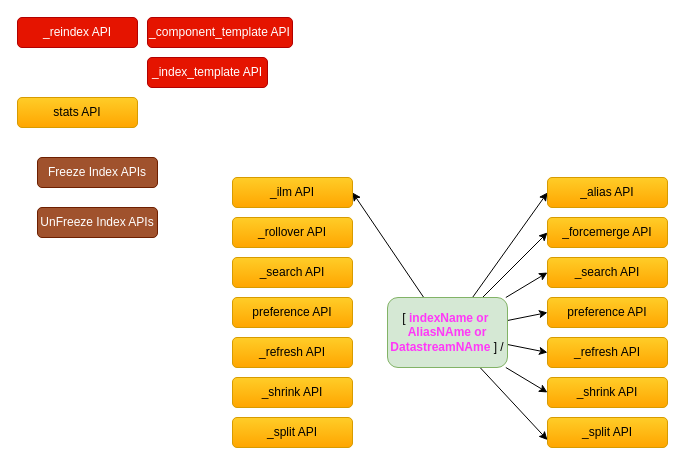
Earlier version of the draw.io diagram page "Index APIs" (1 of 4) of My Articles/elastic stack/ES REST APIs.drawio (paramothers/books). Source tidied: cells renumbered, new cells numbered last; positions are measured from the earlier drawing's top-left corner, leaving out a move shared by most shapes. Both pictures are drawn from the tidied source at 100%, with x=0, y=0 at pixel (17, 17).
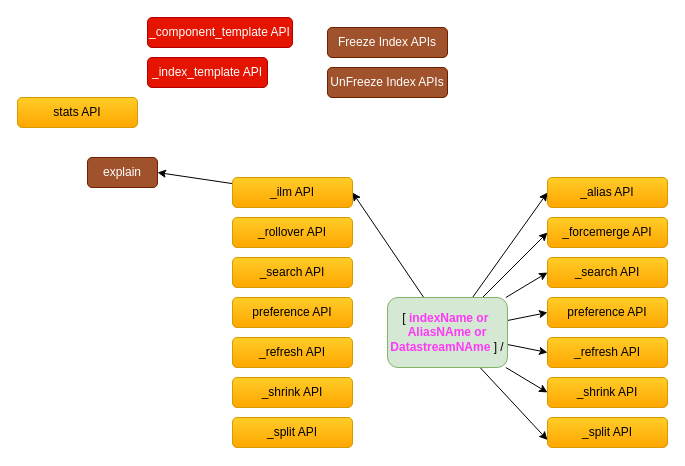
After the change.

The change refers to these unchanged cells:
```xml
<mxCell id="29" value="_ilm API" style="rounded=1;whiteSpace=wrap;html=1;gradientColor=#ffa500;fillColor=#ffcd28;strokeColor=#d79b00;" parent="1" vertex="1">
  <mxGeometry x="215" y="160" width="120" height="30" as="geometry" />
</mxCell>
```

The edit, as a diff of the source:
```diff
@@
-    <mxCell id="4" value="Freeze Index APIs" style="rounded=1;whiteSpace=wrap;html=1;fillColor=#a0522d;strokeColor=#6D1F00;fontColor=#ffffff;" parent="1" vertex="1">
-      <mxGeometry x="20" y="140" width="120" height="30" as="geometry" />
+    <mxCell id="4" value="explain" style="rounded=1;whiteSpace=wrap;html=1;fillColor=#a0522d;strokeColor=#6D1F00;fontColor=#ffffff;" parent="1" vertex="1">
+      <mxGeometry x="70" y="140" width="70" height="30" as="geometry" />
     </mxCell>
     <mxCell id="5" value="UnFreeze Index APIs" style="rounded=1;whiteSpace=wrap;html=1;fillColor=#a0522d;strokeColor=#6D1F00;fontColor=#ffffff;" parent="1" vertex="1">
-      <mxGeometry x="20" y="190" width="120" height="30" as="geometry" />
+      <mxGeometry x="310" y="50" width="120" height="30" as="geometry" />
     </mxCell>
@@
-    <mxCell id="21" value="_reindex API" style="rounded=1;whiteSpace=wrap;html=1;fillColor=#e51400;strokeColor=#B20000;fontColor=#ffffff;" parent="1" vertex="1">
-      <mxGeometry width="120" height="30" as="geometry" />
-    </mxCell>
@@
+    <mxCell id="31" style="edgeStyle=none;rounded=0;jettySize=auto;html=1;entryX=1;entryY=0.5;entryDx=0;entryDy=0;" parent="1" edge="1" source="29" target="4">
+      <mxGeometry relative="1" as="geometry" />
+    </mxCell>
@@
+    <mxCell id="32" value="Freeze Index APIs" style="rounded=1;whiteSpace=wrap;html=1;fillColor=#a0522d;strokeColor=#6D1F00;fontColor=#ffffff;" parent="1" vertex="1">
+      <mxGeometry x="310" y="10" width="120" height="30" as="geometry" />
+    </mxCell>
```
